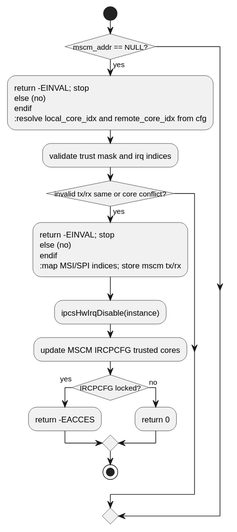
The PlantUML diagram c1_sdd_linux-ipcs/cursor_tmp/flow_svgs/linux_6_6_3__ipcsHwInit.svg in Mastang1/sad_sdd_proj, before a commit. The source it was exported from:
```plantuml
@startuml
!pragma layout smetana
skinparam conditionStyle insideDiamond
skinparam linetype ortho
start
if (mscm_addr == NULL?) then (yes)
  :return -EINVAL; stop
else (no)
endif
:resolve local_core_idx and remote_core_idx from cfg;
:validate trust mask and irq indices;
if (invalid tx/rx same or core conflict?) then (yes)
  :return -EINVAL; stop
else (no)
endif
:map MSI/SPI indices; store mscm tx/rx;
:ipcsHwIrqDisable(instance);
:update MSCM IRCPCFG trusted cores;
if (IRCPCFG locked?) then (yes)
  :return -EACCES;
else (no)
  :return 0;
endif
stop
@enduml
```
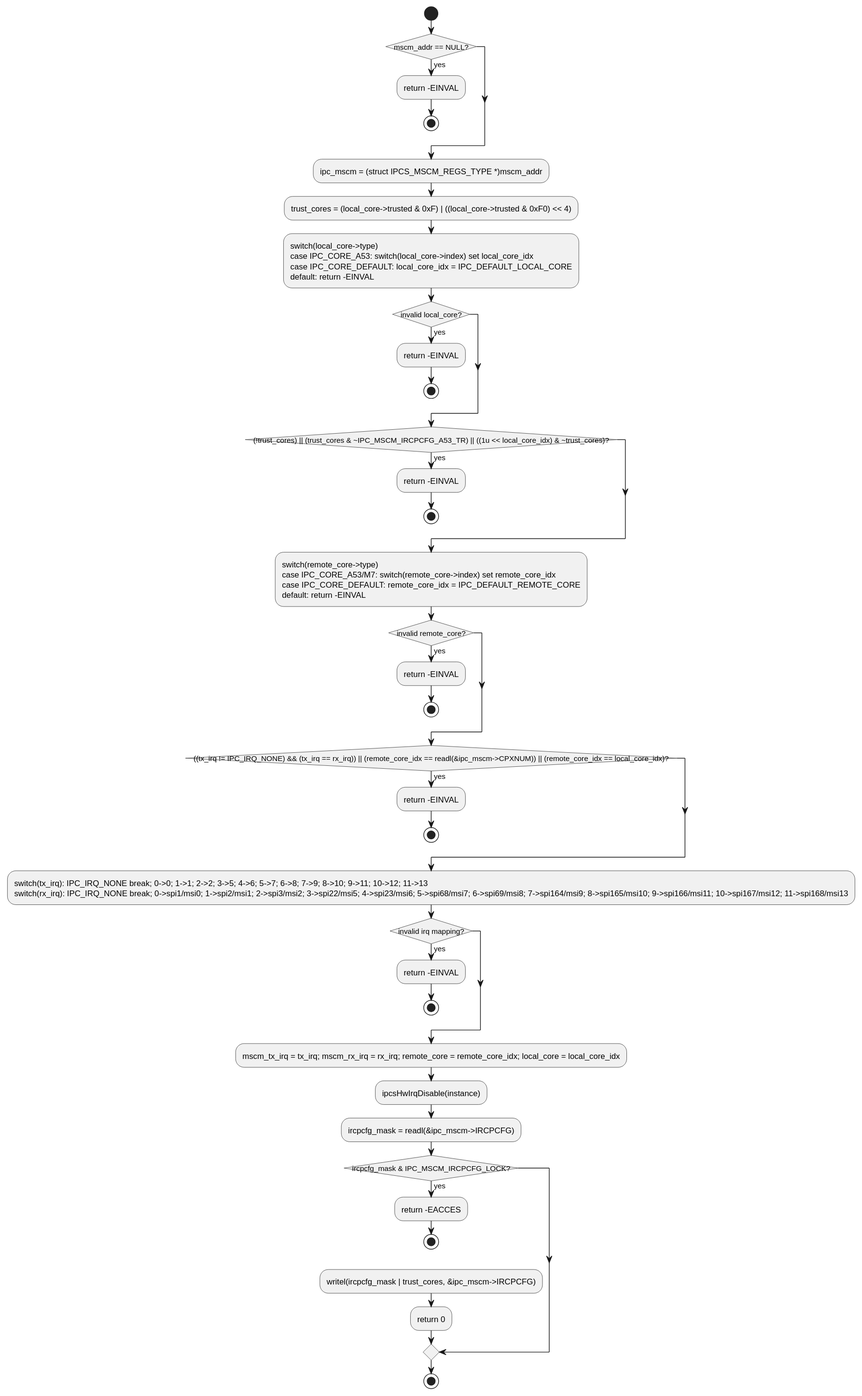
Later version of the same file.

The edit, as a diff of the source:
```diff
@@ -4,21 +4,41 @@
 skinparam linetype ortho
 start
 if (mscm_addr == NULL?) then (yes)
-  :return -EINVAL; stop
-else (no)
+  :return -EINVAL;
+stop
 endif
-:resolve local_core_idx and remote_core_idx from cfg;
-:validate trust mask and irq indices;
-if (invalid tx/rx same or core conflict?) then (yes)
-  :return -EINVAL; stop
-else (no)
+:ipc_mscm = (struct IPCS_MSCM_REGS_TYPE *)mscm_addr;
+:trust_cores = (local_core->trusted & 0xF) | ((local_core->trusted & 0xF0) << 4);
+:switch(local_core->type)\ncase IPC_CORE_A53: switch(local_core->index) set local_core_idx\ncase IPC_CORE_DEFAULT: local_core_idx = IPC_DEFAULT_LOCAL_CORE\ndefault: return -EINVAL;
+if (invalid local_core?) then (yes)
+  :return -EINVAL;
+stop
 endif
-:map MSI/SPI indices; store mscm tx/rx;
+if ((!trust_cores) || (trust_cores & ~IPC_MSCM_IRCPCFG_A53_TR) || ((1u << local_core_idx) & ~trust_cores)?) then (yes)
+  :return -EINVAL;
+stop
+endif
+:switch(remote_core->type)\ncase IPC_CORE_A53/M7: switch(remote_core->index) set remote_core_idx\ncase IPC_CORE_DEFAULT: remote_core_idx = IPC_DEFAULT_REMOTE_CORE\ndefault: return -EINVAL;
+if (invalid remote_core?) then (yes)
+  :return -EINVAL;
+stop
+endif
+if (((tx_irq != IPC_IRQ_NONE) && (tx_irq == rx_irq)) || (remote_core_idx == readl(&ipc_mscm->CPXNUM)) || (remote_core_idx == local_core_idx)?) then (yes)
+  :return -EINVAL;
+stop
+endif
+:switch(tx_irq): IPC_IRQ_NONE break; 0->0; 1->1; 2->2; 3->5; 4->6; 5->7; 6->8; 7->9; 8->10; 9->11; 10->12; 11->13\nswitch(rx_irq): IPC_IRQ_NONE break; 0->spi1/msi0; 1->spi2/msi1; 2->spi3/msi2; 3->spi22/msi5; 4->spi23/msi6; 5->spi68/msi7; 6->spi69/msi8; 7->spi164/msi9; 8->spi165/msi10; 9->spi166/msi11; 10->spi167/msi12; 11->spi168/msi13;
+if (invalid irq mapping?) then (yes)
+  :return -EINVAL;
+stop
+endif
+:mscm_tx_irq = tx_irq; mscm_rx_irq = rx_irq; remote_core = remote_core_idx; local_core = local_core_idx;
 :ipcsHwIrqDisable(instance);
-:update MSCM IRCPCFG trusted cores;
-if (IRCPCFG locked?) then (yes)
+:ircpcfg_mask = readl(&ipc_mscm->IRCPCFG);
+if (ircpcfg_mask & IPC_MSCM_IRCPCFG_LOCK?) then (yes)
   :return -EACCES;
-else (no)
+stop
+  :writel(ircpcfg_mask | trust_cores, &ipc_mscm->IRCPCFG);
   :return 0;
 endif
 stop
```
